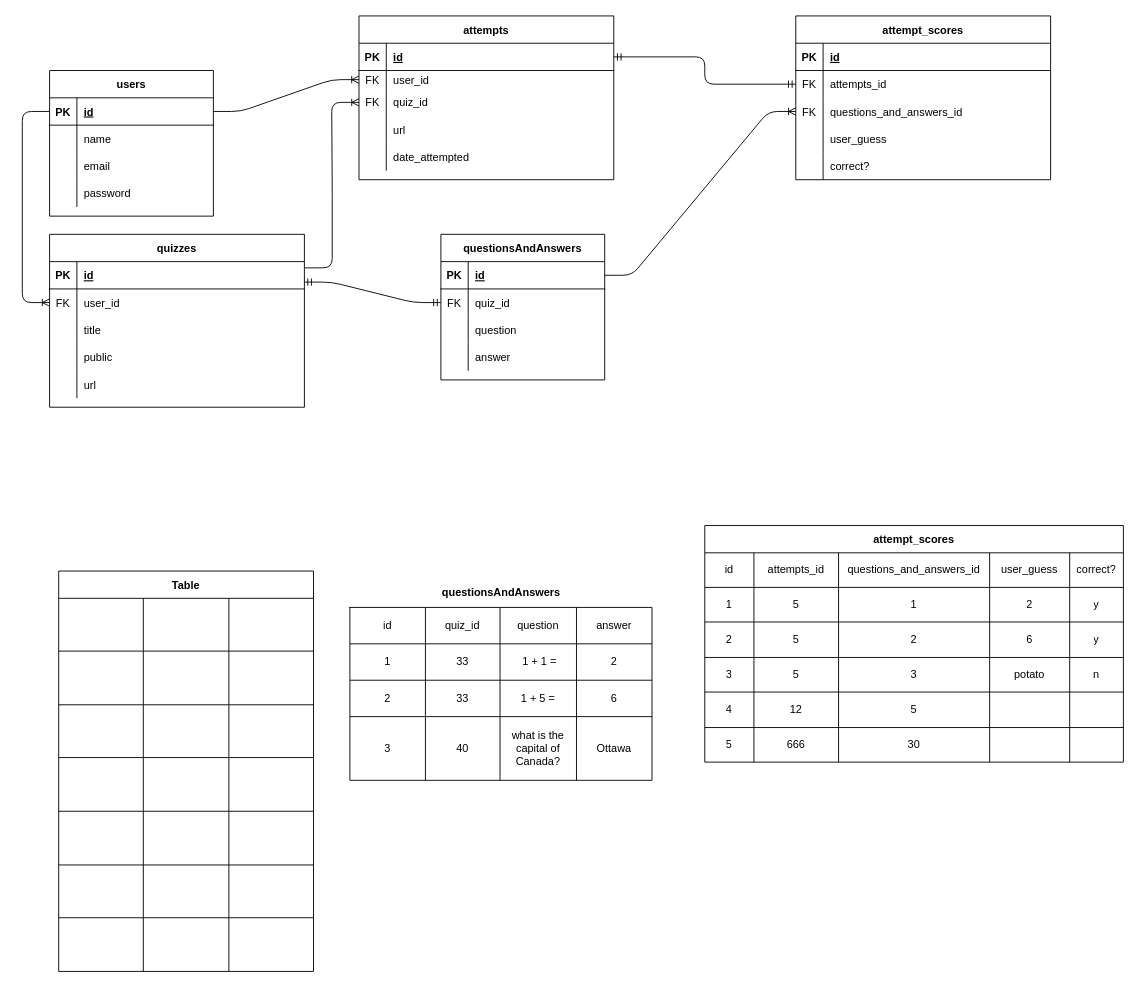
This is docs/drawio_ERD_file.drawio from A-DUYVESTYN/quiz.io, a draw.io file, before an edit. Source tidied: cells renumbered, new cells numbered last; positions are measured from the earlier drawing's top-left corner, leaving out a move shared by most shapes. Both pictures are drawn from the tidied source at 91%, with x=0, y=0 at pixel (22, 15).
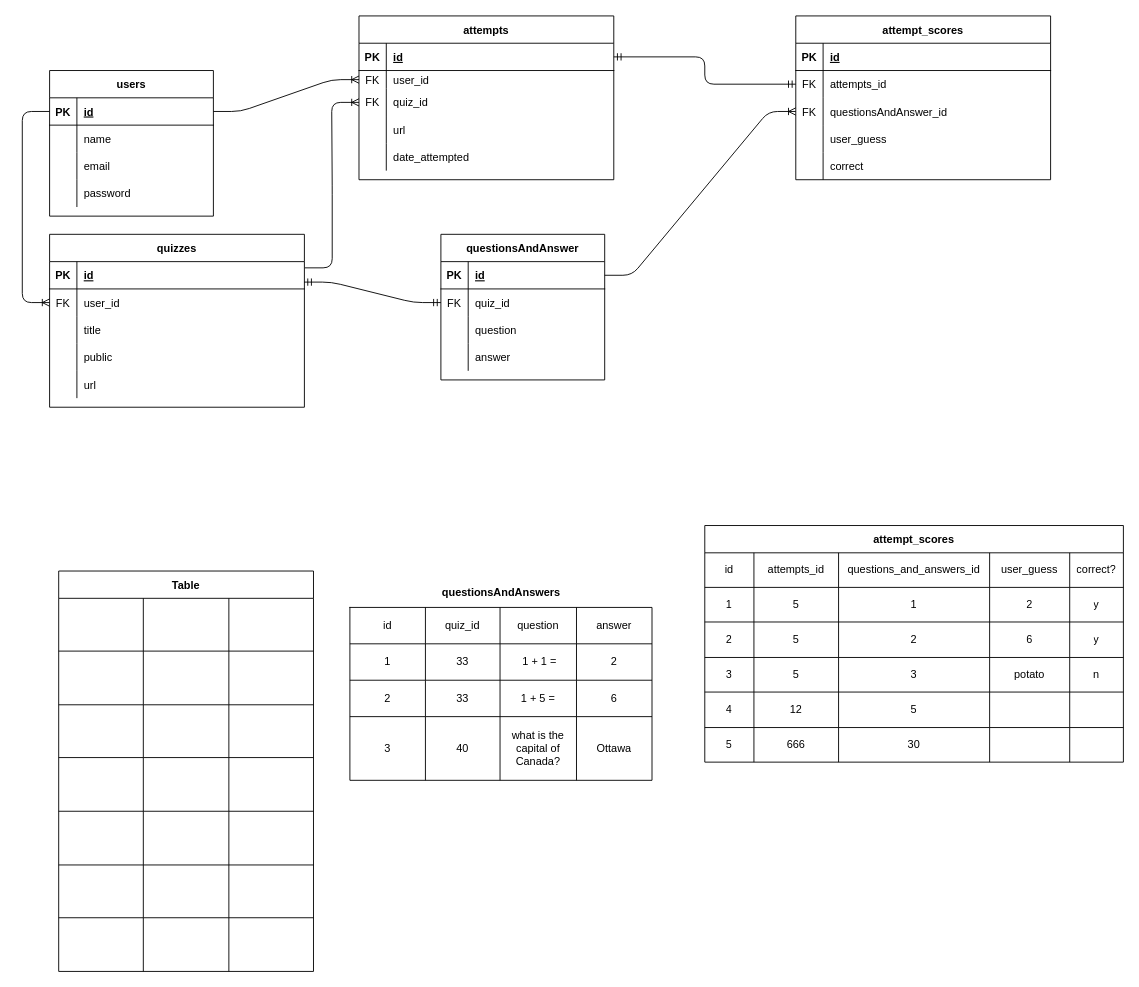
The same page after the edit.

Unchanged cells that the change refers to:
```xml
<mxCell id="68" style="shape=tableRow;horizontal=0;startSize=0;swimlaneHead=0;swimlaneBody=0;fillColor=none;points=[[0,0.5],[1,0.5]];portConstraint=eastwest;top=0;left=0;right=0;bottom=0;" parent="61" vertex="1">
  <mxGeometry y="90" width="280" height="30" as="geometry" />
</mxCell>
<mxCell id="74" style="shape=tableRow;horizontal=0;startSize=0;swimlaneHead=0;swimlaneBody=0;fillColor=none;top=0;left=0;right=0;bottom=0;" parent="61" vertex="1">
  <mxGeometry y="150" width="280" height="30" as="geometry" />
</mxCell>
```

Diff of the diagram source:
```diff
@@
-    <mxCell id="48" value="questionsAndAnswers" style="shape=table;startSize=30;childLayout=tableLayout;rowLines=0;fontStyle=1;align=center;swimlaneLine=1;rounded=0;fillStyle=solid;" parent="1" vertex="1">
+    <mxCell id="48" value="questionsAndAnswer" style="shape=table;startSize=30;childLayout=tableLayout;rowLines=0;fontStyle=1;align=center;swimlaneLine=1;rounded=0;fillStyle=solid;" parent="1" vertex="1">
       <mxGeometry x="460" y="240" width="180" height="160" as="geometry" />
     </mxCell>
@@
-    <mxCell id="70" value="questions_and_answers_id" style="shape=partialRectangle;fillColor=none;top=0;left=0;bottom=0;right=0;align=left;spacingLeft=6;overflow=hidden;" parent="68" vertex="1">
+    <mxCell id="70" value="questionsAndAnswer_id" style="shape=partialRectangle;fillColor=none;top=0;left=0;bottom=0;right=0;align=left;spacingLeft=6;overflow=hidden;" parent="68" vertex="1">
       <mxGeometry x="30" width="250" height="30" as="geometry" />
     </mxCell>
@@
-    <mxCell id="76" value="correct?" style="shape=partialRectangle;fillColor=none;top=0;left=0;bottom=0;right=0;align=left;spacingLeft=6;overflow=hidden;" parent="74" vertex="1">
+    <mxCell id="76" value="correct" style="shape=partialRectangle;fillColor=none;top=0;left=0;bottom=0;right=0;align=left;spacingLeft=6;overflow=hidden;" parent="74" vertex="1">
       <mxGeometry x="30" width="250" height="30" as="geometry" />
     </mxCell>
```
